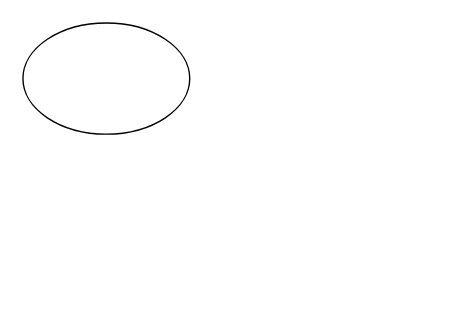
Earlier version of the draw.io diagram 2.drawio (MrLiuWinter/vscodetest). Source tidied: cells renumbered, new cells numbered last; positions are measured from the earlier drawing's top-left corner, leaving out a move shared by most shapes. Both pictures are drawn from the tidied source at 139%, with x=0, y=0 at pixel (22, 22).
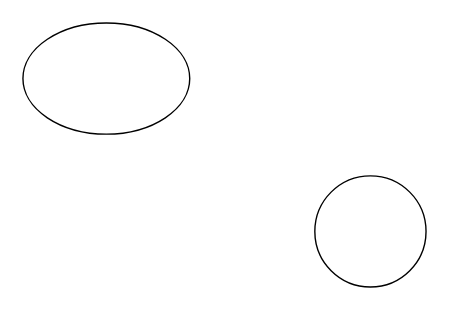
Above is the later version.

Diff of the diagram source:
```diff
@@
 <mxGraphModel>
   <root>
     <mxCell id="0" />
     <mxCell id="1" parent="0" />
     <mxCell id="2" style="ellipse;whiteSpace=wrap;html=1;" parent="1" vertex="1">
       <mxGeometry width="120" height="80" as="geometry" />
     </mxCell>
+    <mxCell id="3" style="ellipse;whiteSpace=wrap;html=1;" parent="1" vertex="1">
+      <mxGeometry x="210" y="110" width="80" height="80" as="geometry" />
+    </mxCell>
   </root>
 </mxGraphModel>
```
